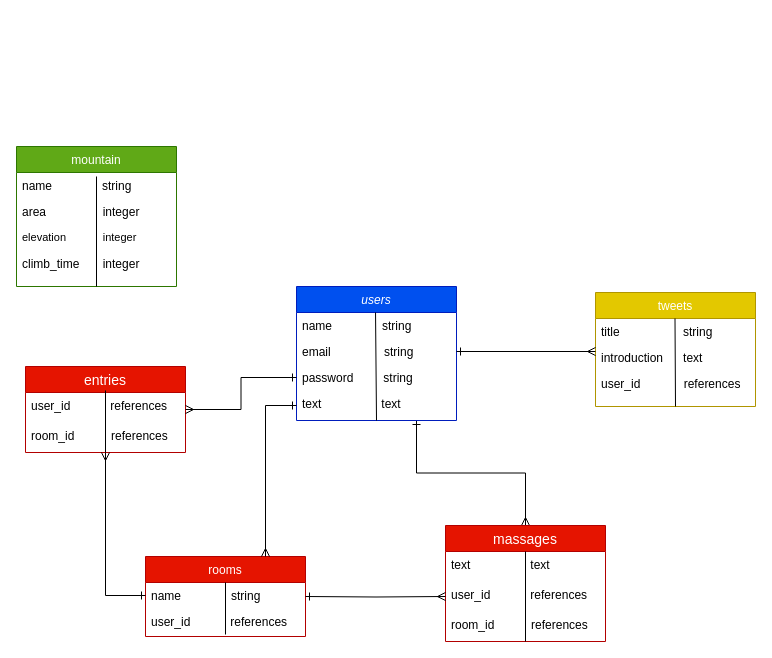
Before: MT.BEGINNER.drawio in HAYASHI0884/mt.beginner, a draw.io diagram. Source tidied: cells renumbered, new cells numbered last; positions are measured from the earlier drawing's top-left corner, leaving out a move shared by most shapes. Both pictures are drawn from the tidied source at 100%, with x=0, y=0 at pixel (16, 146).
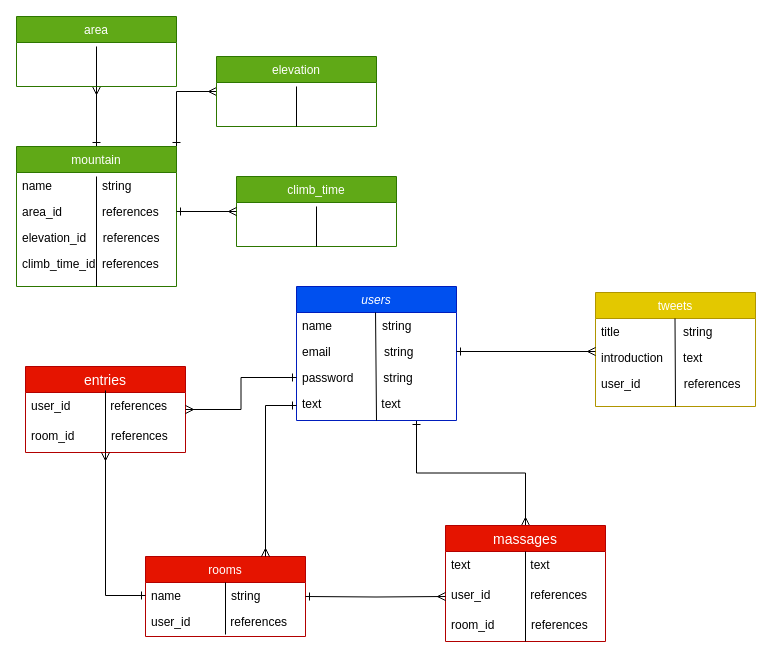
The same diagram, later.

Commit message (it also covers changes not shown here):
ER図の書き換え、置き換え

The change refers to these unchanged cells:
```xml
<mxCell id="18" value="mountain" style="swimlane;fontStyle=0;align=center;verticalAlign=top;horizontal=1;startSize=26;rounded=0;shadow=0;strokeWidth=1;fillColor=#60a917;strokeColor=#2D7600;fontColor=#ffffff;" parent="1" vertex="1">
  <mxGeometry width="160" height="140" as="geometry" />
</mxCell>
```

What changed in the source:
```diff
@@
+    <mxCell id="38" style="edgeStyle=orthogonalEdgeStyle;rounded=0;jettySize=auto;html=1;exitX=0.5;exitY=0;exitDx=0;exitDy=0;entryX=0.5;entryY=1;entryDx=0;entryDy=0;endArrow=ERmany;endFill=0;startArrow=ERone;startFill=0;" parent="1" edge="1" source="18" target="42">
+      <mxGeometry relative="1" as="geometry" />
+    </mxCell>
+    <mxCell id="39" style="edgeStyle=orthogonalEdgeStyle;rounded=0;jettySize=auto;html=1;exitX=1;exitY=0;exitDx=0;exitDy=0;entryX=0;entryY=0.5;entryDx=0;entryDy=0;startArrow=ERone;startFill=0;endArrow=ERmany;endFill=0;" parent="1" edge="1" source="18" target="40">
+      <mxGeometry relative="1" as="geometry" />
+    </mxCell>
@@
-    <mxCell id="20" value="area                 integer" style="text;align=left;verticalAlign=top;spacingLeft=4;spacingRight=4;overflow=hidden;points=[[0,0.5],[1,0.5]];portConstraint=eastwest;rounded=0;shadow=0;html=0;" parent="18" vertex="1">
+    <mxCell id="20" value="area_id            references" style="text;align=left;verticalAlign=top;spacingLeft=4;spacingRight=4;overflow=hidden;points=[[0,0.5],[1,0.5]];portConstraint=eastwest;rounded=0;shadow=0;html=0;" parent="18" vertex="1">
       <mxGeometry y="52" width="160" height="26" as="geometry" />
     </mxCell>
@@
-    <mxCell id="22" value="elevation            integer" style="text;align=left;verticalAlign=top;spacingLeft=4;spacingRight=4;overflow=hidden;rounded=0;shadow=0;html=0;fontSize=11;" parent="18" vertex="1">
+    <mxCell id="22" value="elevation_id     references" style="text;align=left;verticalAlign=top;spacingLeft=4;spacingRight=4;overflow=hidden;rounded=0;shadow=0;html=0;fontSize=12;" parent="18" vertex="1">
       <mxGeometry y="78" width="160" height="26" as="geometry" />
     </mxCell>
-    <mxCell id="23" value="climb_time       integer" style="text;align=left;verticalAlign=top;spacingLeft=4;spacingRight=4;overflow=hidden;" parent="18" vertex="1">
+    <mxCell id="23" value="climb_time_id  references" style="text;align=left;verticalAlign=top;spacingLeft=4;spacingRight=4;overflow=hidden;fontStyle=0;" parent="18" vertex="1">
       <mxGeometry y="104" width="160" height="26" as="geometry" />
     </mxCell>
@@
+    <mxCell id="40" value="elevation" style="swimlane;fontStyle=0;align=center;verticalAlign=top;horizontal=1;startSize=26;rounded=0;shadow=0;strokeWidth=1;fillColor=#60a917;strokeColor=#2D7600;fontColor=#ffffff;" parent="1" vertex="1">
+      <mxGeometry x="200" y="-90" width="160" height="70" as="geometry" />
+    </mxCell>
+    <mxCell id="41" style="endArrow=none;html=1;fontSize=11;entryX=0.5;entryY=0.154;entryDx=0;entryDy=0;entryPerimeter=0;exitX=0.5;exitY=1;exitDx=0;exitDy=0;" parent="40" edge="1" source="40">
+      <mxGeometry relative="1" as="geometry">
+        <mxPoint x="80" y="30" as="targetPoint" />
+      </mxGeometry>
+    </mxCell>
+    <mxCell id="42" value="area" style="swimlane;fontStyle=0;align=center;verticalAlign=top;horizontal=1;startSize=26;rounded=0;shadow=0;strokeWidth=1;fillColor=#60a917;strokeColor=#2D7600;fontColor=#ffffff;" parent="1" vertex="1">
+      <mxGeometry y="-130" width="160" height="70" as="geometry" />
+    </mxCell>
+    <mxCell id="43" style="endArrow=none;html=1;fontSize=11;entryX=0.5;entryY=0.154;entryDx=0;entryDy=0;entryPerimeter=0;exitX=0.5;exitY=1;exitDx=0;exitDy=0;" parent="42" edge="1" source="42">
+      <mxGeometry relative="1" as="geometry">
+        <mxPoint x="80" y="30" as="targetPoint" />
+      </mxGeometry>
+    </mxCell>
+    <mxCell id="44" value="climb_time" style="swimlane;fontStyle=0;align=center;verticalAlign=top;horizontal=1;startSize=26;rounded=0;shadow=0;strokeWidth=1;fillColor=#60a917;strokeColor=#2D7600;fontColor=#ffffff;" parent="1" vertex="1">
+      <mxGeometry x="220" y="30" width="160" height="70" as="geometry" />
+    </mxCell>
+    <mxCell id="45" style="endArrow=none;html=1;fontSize=11;entryX=0.5;entryY=0.154;entryDx=0;entryDy=0;entryPerimeter=0;exitX=0.5;exitY=1;exitDx=0;exitDy=0;" parent="44" edge="1" source="44">
+      <mxGeometry relative="1" as="geometry">
+        <mxPoint x="80" y="30" as="targetPoint" />
+      </mxGeometry>
+    </mxCell>
+    <mxCell id="46" style="edgeStyle=orthogonalEdgeStyle;rounded=0;jettySize=auto;html=1;exitX=1;exitY=0.5;exitDx=0;exitDy=0;entryX=0;entryY=0.5;entryDx=0;entryDy=0;startArrow=ERone;startFill=0;endArrow=ERmany;endFill=0;" parent="1" edge="1" source="20" target="44">
+      <mxGeometry relative="1" as="geometry" />
+    </mxCell>
```
